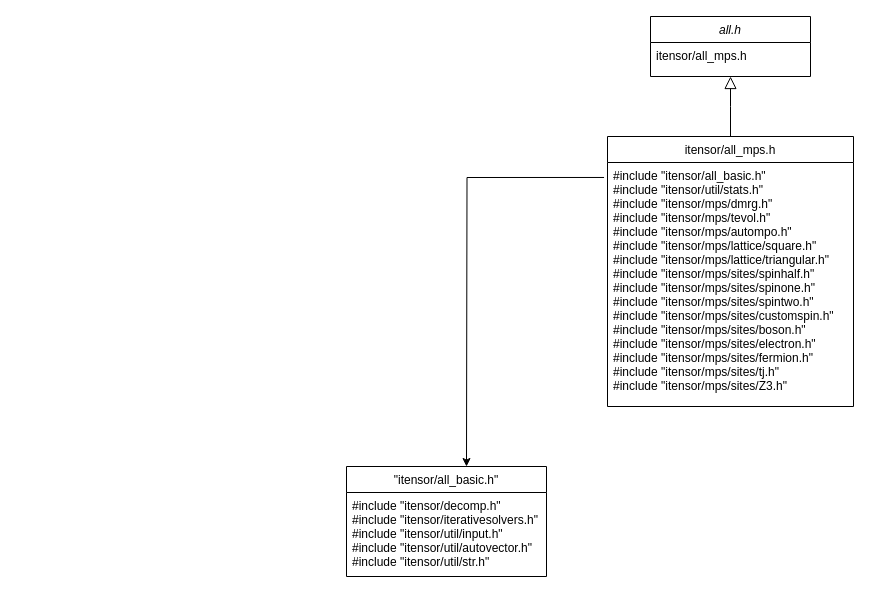
kbidzhiev/HardCoreBosons keeps this draw.io diagram as Untitled Diagram.drawio. Above is the earlier version. Source tidied: cells renumbered, new cells numbered last; positions are measured from the earlier drawing's top-left corner, leaving out a move shared by most shapes. Both pictures are drawn from the tidied source at 100%, with x=0, y=0 at pixel (346, 16).
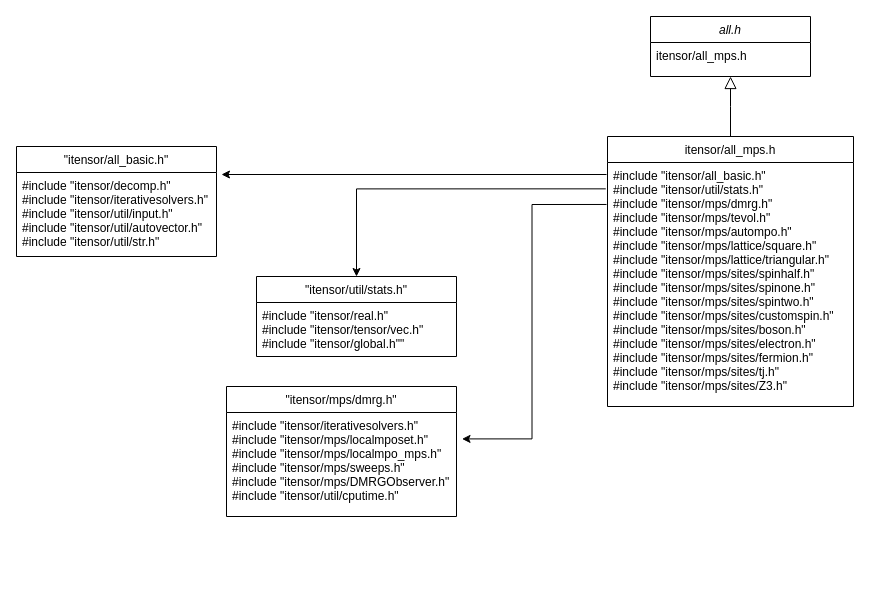
The same page after the edit.

Change to the diagram source:
```diff
@@
 <mxGraphModel>
   <root>
     <mxCell id="0" />
     <mxCell id="1" parent="0" />
     <mxCell id="2" value="all.h" style="swimlane;fontStyle=2;align=center;verticalAlign=top;horizontal=1;startSize=26;rounded=0;shadow=0;strokeWidth=1;" parent="1" vertex="1">
       <mxGeometry x="304" width="160" height="60" as="geometry" />
     </mxCell>
     <mxCell id="3" value="itensor/all_mps.h" style="text;align=left;verticalAlign=top;spacingLeft=4;spacingRight=4;overflow=hidden;" parent="2" vertex="1">
       <mxGeometry y="26" width="160" height="26" as="geometry" />
     </mxCell>
     <mxCell id="4" value="itensor/all_mps.h" style="swimlane;fontStyle=0;align=center;verticalAlign=top;horizontal=1;startSize=26;rounded=0;shadow=0;strokeWidth=1;" parent="1" vertex="1">
       <mxGeometry x="261" y="120" width="246" height="270" as="geometry" />
     </mxCell>
     <mxCell id="5" value="#include &quot;itensor/all_basic.h&quot;&#10;#include &quot;itensor/util/stats.h&quot;&#10;#include &quot;itensor/mps/dmrg.h&quot;&#10;#include &quot;itensor/mps/tevol.h&quot;&#10;#include &quot;itensor/mps/autompo.h&quot;&#10;#include &quot;itensor/mps/lattice/square.h&quot;&#10;#include &quot;itensor/mps/lattice/triangular.h&quot;&#10;#include &quot;itensor/mps/sites/spinhalf.h&quot;&#10;#include &quot;itensor/mps/sites/spinone.h&quot;&#10;#include &quot;itensor/mps/sites/spintwo.h&quot;&#10;#include &quot;itensor/mps/sites/customspin.h&quot;&#10;#include &quot;itensor/mps/sites/boson.h&quot;&#10;#include &quot;itensor/mps/sites/electron.h&quot;&#10;#include &quot;itensor/mps/sites/fermion.h&quot;&#10;#include &quot;itensor/mps/sites/tj.h&quot;&#10;#include &quot;itensor/mps/sites/Z3.h&quot;" style="text;align=left;verticalAlign=top;spacingLeft=4;spacingRight=4;overflow=hidden;points=[[0,0.5],[1,0.5]];portConstraint=eastwest;" parent="4" vertex="1">
-      <mxGeometry y="26" width="246" height="234" as="geometry" />
+      <mxGeometry y="26" width="246" height="244" as="geometry" />
     </mxCell>
     <mxCell id="6" style="endArrow=block;endSize=10;endFill=0;shadow=0;strokeWidth=1;rounded=0;edgeStyle=elbowEdgeStyle;elbow=vertical;" parent="1" edge="1" source="4" target="2">
       <mxGeometry relative="1" as="geometry" />
     </mxCell>
-    <mxCell id="7" style="edgeStyle=orthogonalEdgeStyle;rounded=0;jettySize=auto;html=1;exitX=-0.014;exitY=0.064;exitDx=0;exitDy=0;exitPerimeter=0;" parent="1" edge="1" source="5">
-      <mxGeometry relative="1" as="geometry">
-        <mxPoint x="120" y="450" as="targetPoint" />
-      </mxGeometry>
-    </mxCell>
     <mxCell id="8" value="&quot;itensor/all_basic.h&quot;" style="swimlane;fontStyle=0;align=center;verticalAlign=top;horizontal=1;startSize=26;rounded=0;shadow=0;strokeWidth=1;" parent="1" vertex="1">
-      <mxGeometry y="450" width="200" height="110" as="geometry" />
+      <mxGeometry x="-330" y="130" width="200" height="110" as="geometry" />
     </mxCell>
     <mxCell id="9" value="#include &quot;itensor/decomp.h&quot;&#10;#include &quot;itensor/iterativesolvers.h&quot;&#10;#include &quot;itensor/util/input.h&quot;&#10;#include &quot;itensor/util/autovector.h&quot;&#10;#include &quot;itensor/util/str.h&quot;" style="text;align=left;verticalAlign=top;spacingLeft=4;spacingRight=4;overflow=hidden;" parent="8" vertex="1">
       <mxGeometry y="26" width="200" height="84" as="geometry" />
     </mxCell>
+    <mxCell id="10" style="edgeStyle=orthogonalEdgeStyle;rounded=0;jettySize=auto;html=1;exitX=-0.004;exitY=0.051;exitDx=0;exitDy=0;exitPerimeter=0;" parent="1" edge="1" source="5">
+      <mxGeometry relative="1" as="geometry">
+        <mxPoint x="-125" y="158" as="targetPoint" />
+        <Array as="points">
+          <mxPoint x="-125" y="158" />
+        </Array>
+      </mxGeometry>
+    </mxCell>
+    <mxCell id="11" value="&quot;itensor/util/stats.h&quot;" style="swimlane;fontStyle=0;align=center;verticalAlign=top;horizontal=1;startSize=26;rounded=0;shadow=0;strokeWidth=1;" parent="1" vertex="1">
+      <mxGeometry x="-90" y="260" width="200" height="80" as="geometry" />
+    </mxCell>
+    <mxCell id="12" value="#include &quot;itensor/real.h&quot;&#10;#include &quot;itensor/tensor/vec.h&quot;&#10;#include &quot;itensor/global.h&quot;&quot;" style="text;align=left;verticalAlign=top;spacingLeft=4;spacingRight=4;overflow=hidden;" parent="11" vertex="1">
+      <mxGeometry y="26" width="200" height="54" as="geometry" />
+    </mxCell>
+    <mxCell id="13" style="edgeStyle=orthogonalEdgeStyle;rounded=0;jettySize=auto;html=1;exitX=-0.007;exitY=0.108;exitDx=0;exitDy=0;entryX=0.5;entryY=0;entryDx=0;entryDy=0;exitPerimeter=0;" parent="1" edge="1" source="5" target="11">
+      <mxGeometry relative="1" as="geometry" />
+    </mxCell>
+    <mxCell id="14" value="&quot;itensor/mps/dmrg.h&quot;" style="swimlane;fontStyle=0;align=center;verticalAlign=top;horizontal=1;startSize=26;rounded=0;shadow=0;strokeWidth=1;" parent="1" vertex="1">
+      <mxGeometry x="-120" y="370" width="230" height="130" as="geometry" />
+    </mxCell>
+    <mxCell id="15" value="#include &quot;itensor/iterativesolvers.h&quot;&#10;#include &quot;itensor/mps/localmposet.h&quot;&#10;#include &quot;itensor/mps/localmpo_mps.h&quot;&#10;#include &quot;itensor/mps/sweeps.h&quot;&#10;#include &quot;itensor/mps/DMRGObserver.h&quot;&#10;#include &quot;itensor/util/cputime.h&quot;" style="text;align=left;verticalAlign=top;spacingLeft=4;spacingRight=4;overflow=hidden;points=[[0,0.5],[1,0.5]];portConstraint=eastwest;" parent="14" vertex="1">
+      <mxGeometry y="26" width="230" height="104" as="geometry" />
+    </mxCell>
+    <mxCell id="16" style="edgeStyle=orthogonalEdgeStyle;rounded=0;jettySize=auto;html=1;exitX=-0.004;exitY=0.172;exitDx=0;exitDy=0;entryX=1.024;entryY=0.254;entryDx=0;entryDy=0;entryPerimeter=0;exitPerimeter=0;" parent="1" edge="1" source="5" target="15">
+      <mxGeometry relative="1" as="geometry" />
+    </mxCell>
   </root>
 </mxGraphModel>
```
